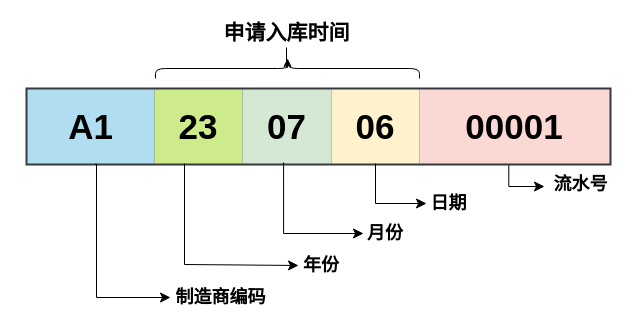
The draw.io diagram 未命名绘图.drawio in sjxbg/xmindfile, before the edit. Source tidied: cells renumbered, new cells numbered last; positions are measured from the earlier drawing's top-left corner, leaving out a move shared by most shapes. Both pictures are drawn from the tidied source at 100%, with x=0, y=0 at pixel (27, 17).
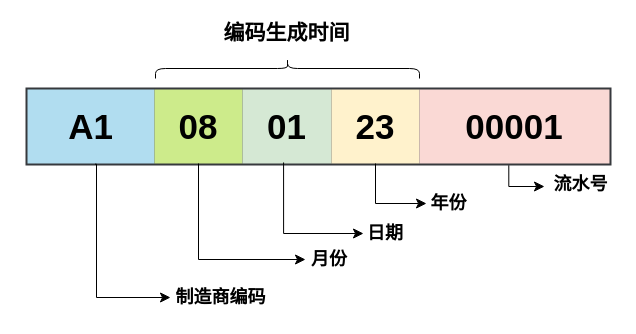
After the change.

Commit message:
更新未命名绘图.drawio

Unchanged cells that the change refers to:
```xml
<mxCell id="3" style="shape=tableRow;horizontal=0;startSize=0;swimlaneHead=0;swimlaneBody=0;strokeColor=inherit;top=0;left=0;bottom=0;right=0;fillColor=none;points=[[0,0.5],[1,0.5]];portConstraint=eastwest;fontSize=16;" parent="2" vertex="1">
  <mxGeometry width="582" height="74" as="geometry" />
</mxCell>
<mxCell id="18" style="shape=curlyBracket;whiteSpace=wrap;html=1;rounded=1;labelPosition=left;verticalLabelPosition=middle;align=right;verticalAlign=middle;direction=south;" parent="1" vertex="1">
  <mxGeometry x="128" y="41" width="264" height="20" as="geometry" />
</mxCell>
```

Change to the diagram source:
```diff
@@
-    <mxCell id="5" value="&lt;b style=&quot;font-size: 35px;&quot;&gt;&lt;font style=&quot;font-size: 35px;&quot;&gt;23&lt;/font&gt;&lt;/b&gt;" style="shape=partialRectangle;html=1;whiteSpace=wrap;strokeColor=#36393d;overflow=hidden;fillColor=#cdeb8b;top=0;left=0;bottom=0;right=0;fontSize=35;strokeWidth=20;" parent="3" vertex="1">
+    <mxCell id="5" value="&lt;b style=&quot;font-size: 35px;&quot;&gt;&lt;font style=&quot;font-size: 35px;&quot;&gt;08&lt;/font&gt;&lt;/b&gt;" style="shape=partialRectangle;html=1;whiteSpace=wrap;strokeColor=#36393d;overflow=hidden;fillColor=#cdeb8b;top=0;left=0;bottom=0;right=0;fontSize=35;strokeWidth=20;" parent="3" vertex="1">
       <mxGeometry x="127" width="88" height="74" as="geometry" />
     </mxCell>
-    <mxCell id="6" value="&lt;b style=&quot;border-color: var(--border-color); font-size: 35px;&quot;&gt;&lt;font style=&quot;border-color: var(--border-color); font-size: 35px;&quot;&gt;07&lt;/font&gt;&lt;/b&gt;" style="shape=partialRectangle;html=1;whiteSpace=wrap;strokeColor=#82b366;overflow=hidden;fillColor=#d5e8d4;top=0;left=0;bottom=0;right=0;fontSize=35;strokeWidth=20;" parent="3" vertex="1">
+    <mxCell id="6" value="&lt;b style=&quot;border-color: var(--border-color); font-size: 35px;&quot;&gt;&lt;font style=&quot;border-color: var(--border-color); font-size: 35px;&quot;&gt;01&lt;/font&gt;&lt;/b&gt;" style="shape=partialRectangle;html=1;whiteSpace=wrap;strokeColor=#82b366;overflow=hidden;fillColor=#d5e8d4;top=0;left=0;bottom=0;right=0;fontSize=35;strokeWidth=20;" parent="3" vertex="1">
       <mxGeometry x="215" width="89" height="74" as="geometry" />
     </mxCell>
-    <mxCell id="7" value="&lt;b style=&quot;border-color: var(--border-color); font-size: 35px;&quot;&gt;&lt;font style=&quot;border-color: var(--border-color); font-size: 35px;&quot;&gt;06&lt;/font&gt;&lt;/b&gt;" style="shape=partialRectangle;html=1;whiteSpace=wrap;strokeColor=#d6b656;overflow=hidden;fillColor=#fff2cc;top=0;left=0;bottom=0;right=0;fontSize=35;strokeWidth=20;" parent="3" vertex="1">
+    <mxCell id="7" value="&lt;b style=&quot;border-color: var(--border-color); font-size: 35px;&quot;&gt;&lt;font style=&quot;border-color: var(--border-color); font-size: 35px;&quot;&gt;23&lt;/font&gt;&lt;/b&gt;" style="shape=partialRectangle;html=1;whiteSpace=wrap;strokeColor=#d6b656;overflow=hidden;fillColor=#fff2cc;top=0;left=0;bottom=0;right=0;fontSize=35;strokeWidth=20;" parent="3" vertex="1">
       <mxGeometry x="304" width="88" height="74" as="geometry" />
     </mxCell>
@@
-    <mxCell id="11" value="&amp;nbsp;年份" style="text;strokeColor=none;fillColor=none;html=1;fontSize=18;fontStyle=1;verticalAlign=middle;align=center;" parent="1" vertex="1">
-      <mxGeometry x="271" y="233" width="40" height="30" as="geometry" />
+    <mxCell id="11" value="&amp;nbsp;月份" style="text;strokeColor=none;fillColor=none;html=1;fontSize=18;fontStyle=1;verticalAlign=middle;align=center;" parent="1" vertex="1">
+      <mxGeometry x="279" y="227" width="40" height="30" as="geometry" />
     </mxCell>
-    <mxCell id="12" style="edgeStyle=segmentEdgeStyle;endArrow=classic;html=1;curved=0;rounded=0;endSize=8;startSize=8;entryX=0;entryY=0.5;entryDx=0;entryDy=0;" parent="1" edge="1" source="3" target="11">
+    <mxCell id="12" style="edgeStyle=segmentEdgeStyle;endArrow=classic;html=1;curved=0;rounded=0;endSize=8;startSize=8;" parent="1" edge="1" source="3">
       <mxGeometry relative="1" as="geometry">
+        <mxPoint x="278" y="242" as="targetPoint" />
         <Array as="points">
-          <mxPoint x="157" y="247" />
-          <mxPoint x="271" y="247" />
+          <mxPoint x="171" y="242" />
         </Array>
       </mxGeometry>
     </mxCell>
@@
-    <mxCell id="15" value="日期" style="text;strokeColor=none;fillColor=none;html=1;fontSize=18;fontStyle=1;verticalAlign=middle;align=center;" parent="1" vertex="1">
+    <mxCell id="15" value="年份" style="text;strokeColor=none;fillColor=none;html=1;fontSize=18;fontStyle=1;verticalAlign=middle;align=center;" parent="1" vertex="1">
       <mxGeometry x="401" y="171" width="40" height="30" as="geometry" />
     </mxCell>
@@
-    <mxCell id="19" style="edgeStyle=orthogonalEdgeStyle;rounded=0;jettySize=auto;html=1;" parent="1" edge="1" source="20" target="18">
-      <mxGeometry relative="1" as="geometry" />
-    </mxCell>
-    <mxCell id="20" value="申请入库时间" style="text;strokeColor=none;fillColor=none;html=1;fontSize=21;fontStyle=1;verticalAlign=middle;align=center;" parent="1" vertex="1">
+    <mxCell id="20" value="编码生成时间" style="text;strokeColor=none;fillColor=none;html=1;fontSize=21;fontStyle=1;verticalAlign=middle;align=center;" parent="1" vertex="1">
       <mxGeometry x="239" width="40" height="30" as="geometry" />
     </mxCell>
-    <mxCell id="21" value="&amp;nbsp;月份" style="text;strokeColor=none;fillColor=none;html=1;fontSize=18;fontStyle=1;verticalAlign=middle;align=center;" parent="1" vertex="1">
+    <mxCell id="21" value="&amp;nbsp;日期" style="text;strokeColor=none;fillColor=none;html=1;fontSize=18;fontStyle=1;verticalAlign=middle;align=center;" parent="1" vertex="1">
       <mxGeometry x="335" y="201" width="40" height="30" as="geometry" />
     </mxCell>
```
